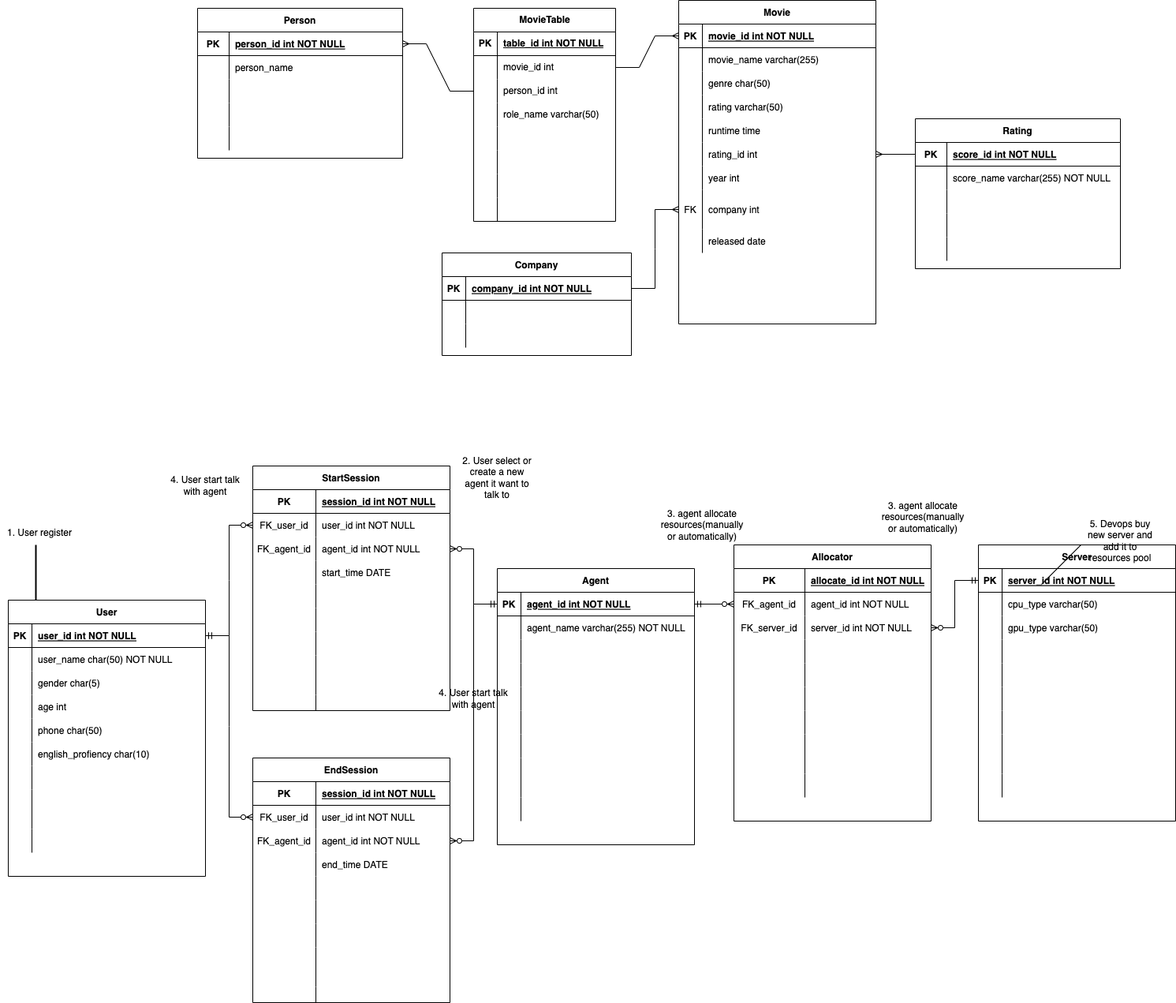
Before: ERD_movie.drawio.png, a diagram exported from draw.io (mengbingrock/OOD). Source tidied: cells renumbered, new cells last; positions are measured from the earlier drawing's top-left corner, leaving out a move shared by most shapes.
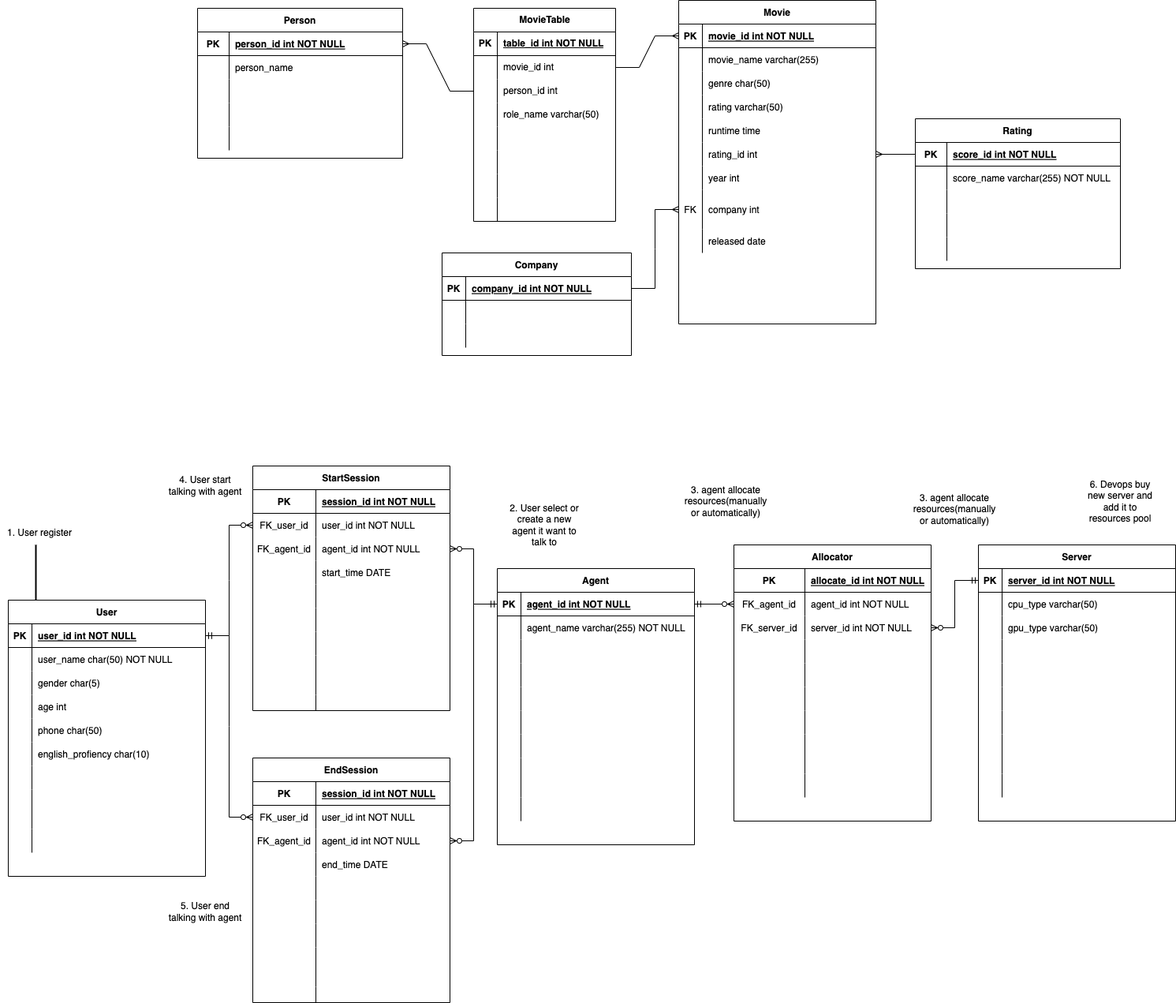
The same file after the commit.

Diff of the diagram source:
```diff
@@ -569,29 +569,20 @@
     <mxCell id="190" value="1. User register" style="text;strokeColor=none;align=center;fillColor=none;html=1;verticalAlign=middle;whiteSpace=wrap;rounded=0;" parent="1" vertex="1">
       <mxGeometry y="660" width="100" height="30" as="geometry" />
     </mxCell>
-    <mxCell id="191" value="4. User start talk with agent" style="text;strokeColor=none;align=center;fillColor=none;html=1;verticalAlign=middle;whiteSpace=wrap;rounded=0;" parent="1" vertex="1">
+    <mxCell id="191" value="4. User start talking with agent" style="text;strokeColor=none;align=center;fillColor=none;html=1;verticalAlign=middle;whiteSpace=wrap;rounded=0;" parent="1" vertex="1">
       <mxGeometry x="210" y="600" width="100" height="30" as="geometry" />
     </mxCell>
-    <mxCell id="192" value="4. User start talk with agent" style="text;strokeColor=none;align=center;fillColor=none;html=1;verticalAlign=middle;whiteSpace=wrap;rounded=0;" parent="1" vertex="1">
-      <mxGeometry x="550" y="870" width="100" height="30" as="geometry" />
-    </mxCell>
     <mxCell id="193" value="3. agent allocate resources(manually or automatically)" style="text;strokeColor=none;align=center;fillColor=none;html=1;verticalAlign=middle;whiteSpace=wrap;rounded=0;" parent="1" vertex="1">
-      <mxGeometry x="840" y="650" width="100" height="30" as="geometry" />
+      <mxGeometry x="870" y="620" width="100" height="30" as="geometry" />
     </mxCell>
     <mxCell id="194" value="3. agent allocate resources(manually or automatically)" style="text;strokeColor=none;align=center;fillColor=none;html=1;verticalAlign=middle;whiteSpace=wrap;rounded=0;" parent="1" vertex="1">
-      <mxGeometry x="1120" y="640" width="100" height="30" as="geometry" />
+      <mxGeometry x="1160" y="630" width="100" height="30" as="geometry" />
     </mxCell>
-    <mxCell id="195" style="endArrow=none;html=1;rounded=0;" parent="1" edge="1">
-      <mxGeometry relative="1" as="geometry">
-        <mxPoint x="1320" y="740" as="sourcePoint" />
-        <mxPoint x="1370" y="690" as="targetPoint" />
-      </mxGeometry>
-    </mxCell>
-    <mxCell id="196" value="5. Devops buy new server and add it to resources pool" style="text;strokeColor=none;align=center;fillColor=none;html=1;verticalAlign=middle;whiteSpace=wrap;rounded=0;" parent="1" vertex="1">
-      <mxGeometry x="1370" y="670" width="100" height="30" as="geometry" />
+    <mxCell id="196" value="6. Devops buy new server and add it to resources pool" style="text;strokeColor=none;align=center;fillColor=none;html=1;verticalAlign=middle;whiteSpace=wrap;rounded=0;" parent="1" vertex="1">
+      <mxGeometry x="1370" y="620" width="100" height="30" as="geometry" />
     </mxCell>
     <mxCell id="197" value="2. User select or create a new agent it want to talk to" style="text;strokeColor=none;align=center;fillColor=none;html=1;verticalAlign=middle;whiteSpace=wrap;rounded=0;" parent="1" vertex="1">
-      <mxGeometry x="580" y="590" width="100" height="30" as="geometry" />
+      <mxGeometry x="640" y="650" width="100" height="30" as="geometry" />
     </mxCell>
     <mxCell id="198" value="Movie" style="shape=table;startSize=30;rowLines=0;fontStyle=1;align=center;" parent="1" vertex="1">
       <mxGeometry x="860" width="250" height="410" as="geometry" />
@@ -872,5 +863,8 @@
     <mxCell id="290" style="edgeStyle=entityRelationEdgeStyle;fontSize=12;html=1;endArrow=ERzeroToMany;startArrow=ERmandOne;rounded=0;exitX=1;exitY=0.5;exitDx=0;exitDy=0;entryX=0;entryY=0.5;entryDx=0;entryDy=0;" parent="1" edge="1" source="103" target="164">
       <mxGeometry relative="1" as="geometry" />
     </mxCell>
+    <mxCell id="291" value="5. User end talking with agent" style="text;strokeColor=none;align=center;fillColor=none;html=1;verticalAlign=middle;whiteSpace=wrap;rounded=0;" parent="1" vertex="1">
+      <mxGeometry x="210" y="1140" width="100" height="30" as="geometry" />
+    </mxCell>
   </root>
 </mxGraphModel>
```
